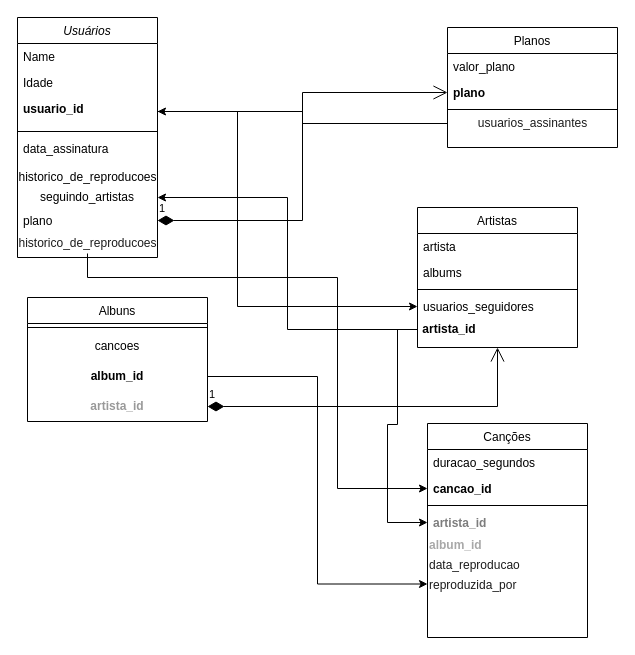
The draw.io diagram Untitled Diagram.drawio in fefcufe/Exercicios-BackEnd-Trybe, before the edit. Source tidied: cells renumbered, new cells numbered last; positions are measured from the earlier drawing's top-left corner, leaving out a move shared by most shapes. Both pictures are drawn from the tidied source at 100%, with x=0, y=0 at pixel (17, 17).
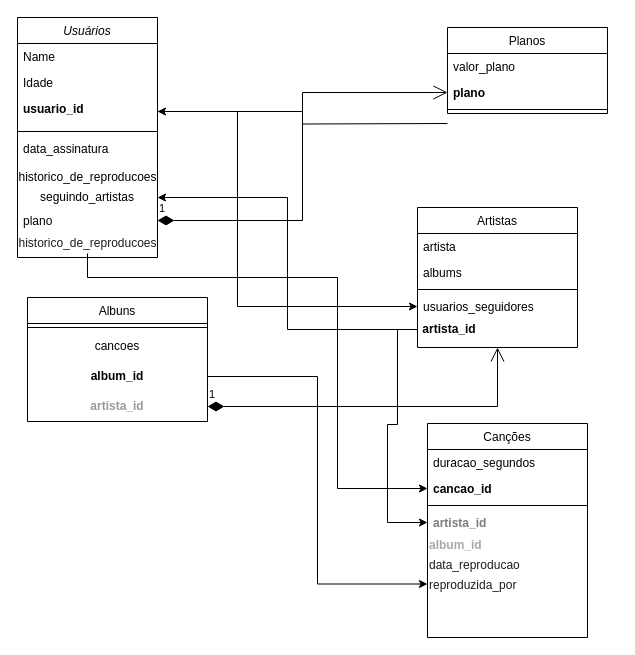
The same page after the edit.

Commit message:
Update One for All Diagram.drawio

The change refers to these unchanged cells:
```xml
<mxCell id="5" value="usuario_id" style="text;align=left;verticalAlign=top;spacingLeft=4;spacingRight=4;overflow=hidden;points=[[0,0.5],[1,0.5]];portConstraint=eastwest;rounded=0;shadow=0;html=0;fontStyle=1;" parent="2" vertex="1">
  <mxGeometry y="78" width="140" height="32" as="geometry" />
</mxCell>
```

Change to the diagram source:
```diff
@@
     <mxCell id="23" value="Planos" style="swimlane;fontStyle=0;align=center;verticalAlign=top;horizontal=1;startSize=26;rounded=0;shadow=0;strokeWidth=1;" parent="1" vertex="1">
-      <mxGeometry x="430" y="10" width="170" height="120" as="geometry" />
+      <mxGeometry x="430" y="10" width="160" height="86" as="geometry" />
     </mxCell>
     <mxCell id="24" value="valor_plano" style="text;align=left;verticalAlign=top;spacingLeft=4;spacingRight=4;overflow=hidden;" parent="23" vertex="1">
-      <mxGeometry y="26" width="170" height="26" as="geometry" />
+      <mxGeometry y="26" width="160" height="26" as="geometry" />
     </mxCell>
     <mxCell id="25" value="plano" style="text;align=left;verticalAlign=top;spacingLeft=4;spacingRight=4;overflow=hidden;points=[[0,0.5],[1,0.5]];portConstraint=eastwest;rounded=0;shadow=0;html=0;fontStyle=1;" parent="23" vertex="1">
-      <mxGeometry y="52" width="170" height="26" as="geometry" />
+      <mxGeometry y="52" width="160" height="26" as="geometry" />
     </mxCell>
     <mxCell id="26" style="line;html=1;strokeWidth=1;align=left;verticalAlign=middle;spacingTop=-1;spacingLeft=3;spacingRight=3;labelPosition=right;" parent="23" vertex="1">
-      <mxGeometry y="78" width="170" height="8" as="geometry" />
+      <mxGeometry y="78" width="160" height="8" as="geometry" />
     </mxCell>
-    <mxCell id="27" value="&lt;font color=&quot;#1c1c1c&quot;&gt;usuarios_assinantes&lt;/font&gt;" style="text;html=1;align=center;verticalAlign=middle;points=[];strokeColor=none;fillColor=none;fontColor=#7D7D7D;" parent="23" vertex="1">
-      <mxGeometry y="86" width="170" height="20" as="geometry" />
-    </mxCell>
@@
-    <mxCell id="37" style="edgeStyle=orthogonalEdgeStyle;rounded=0;jettySize=auto;html=1;fontColor=#1C1C1C;" parent="1" edge="1" source="27" target="5">
-      <mxGeometry relative="1" as="geometry" />
+    <mxCell id="37" style="edgeStyle=orthogonalEdgeStyle;rounded=0;jettySize=auto;html=1;fontColor=#1C1C1C;" parent="1" edge="1" target="5">
+      <mxGeometry relative="1" as="geometry">
+        <mxPoint x="430" y="106" as="sourcePoint" />
+      </mxGeometry>
     </mxCell>
```
